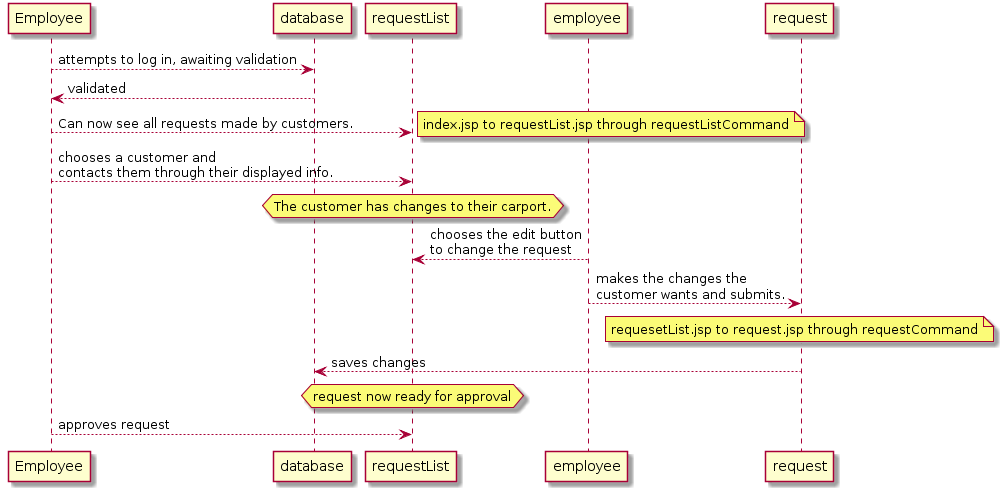
asgerhs/FogProject keeps this PlantUML diagram as Analyser/Sekvens diagram/Employee arbejde.png. Above is the earlier version. Source of this version:
```plantuml
@startuml
Employee --> database : attempts to log in, awaiting validation
database --> Employee : validated
Employee --> requestList : Can now see all requests made by customers.
note right: index.jsp to requestList.jsp through requestListCommand

Employee --> requestList : chooses a customer and \ncontacts them through their displayed info.
hnote over requestList : The customer has changes to their carport.
employee --> requestList : chooses the edit button\nto change the request
employee --> request : makes the changes the\ncustomer wants and submits.
note over request : requesetList.jsp to request.jsp through requestCommand

request --> database : saves changes

hnote over requestList: request now ready for approval
Employee --> requestList : approves request
@enduml
```
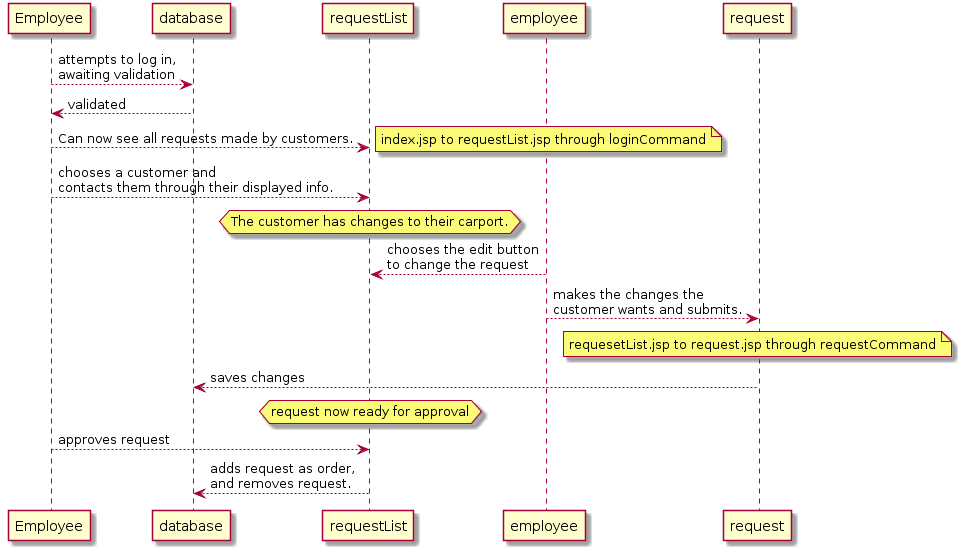
After the change.

Commit message:
Added Admin sequence Diagram and .txt, edited other diagrams

What changed in the source:
```diff
@@ -1,8 +1,8 @@
 @startuml
-Employee --> database : attempts to log in, awaiting validation
+Employee --> database : attempts to log in,\nawaiting validation
 database --> Employee : validated
 Employee --> requestList : Can now see all requests made by customers.
-note right: index.jsp to requestList.jsp through requestListCommand
+note right: index.jsp to requestList.jsp through loginCommand
 
 Employee --> requestList : chooses a customer and \ncontacts them through their displayed info.
 hnote over requestList : The customer has changes to their carport.
@@ -14,4 +14,5 @@
 
 hnote over requestList: request now ready for approval
 Employee --> requestList : approves request
+requestList --> database : adds request as order,\nand removes request.
 @enduml
```
